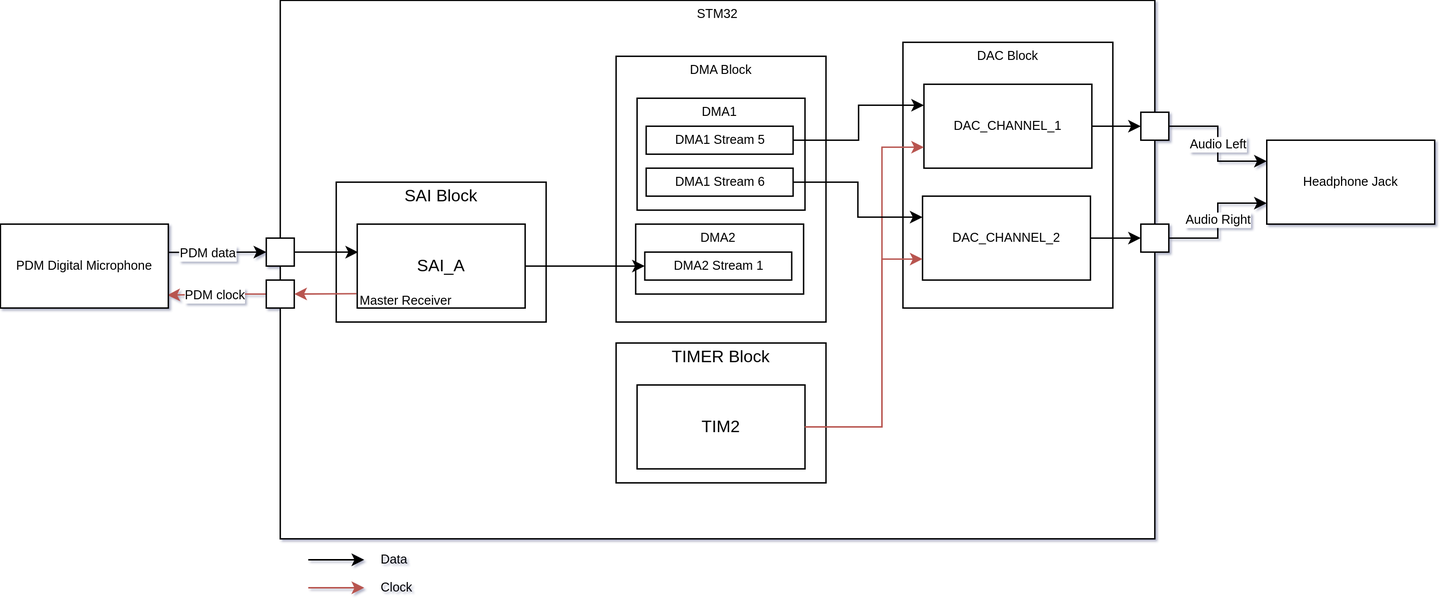
The draw.io diagram 00_Documentation/imgs/03_Embedding/direct_output/block_diagram.svg in piwithy/stm32pdm, before a commit. Source tidied: cells renumbered, new cells last; positions are measured from the earlier drawing's top-left corner, leaving out a move shared by most shapes.
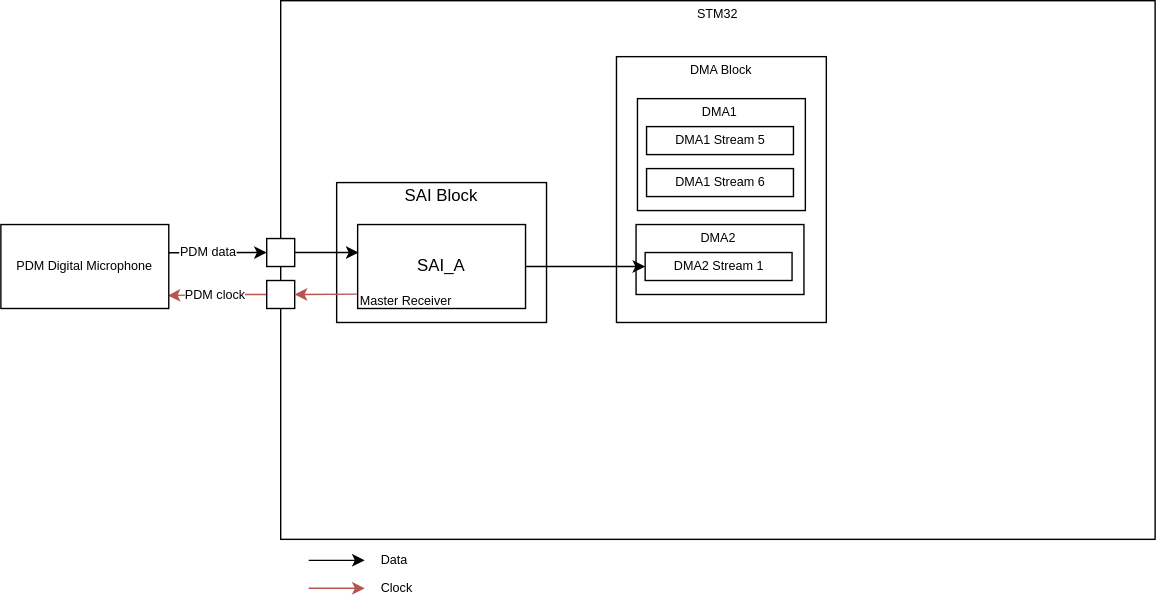
After the change.

What changed in the source:
```diff
@@ -20,33 +20,6 @@
     <mxCell id="7" value="Master Receiver" style="text;html=1;strokeColor=none;fillColor=none;align=left;verticalAlign=middle;whiteSpace=wrap;rounded=0;fontSize=9;" parent="3" vertex="1">
       <mxGeometry x="15" y="80" width="75" height="10" as="geometry" />
     </mxCell>
-    <mxCell id="8" style="group;" parent="1" vertex="1">
-      <mxGeometry x="645" y="30" width="150" height="190" as="geometry" />
-    </mxCell>
-    <mxCell id="9" style="rounded=0;whiteSpace=wrap;html=1;fontSize=9;align=left;" parent="8" vertex="1">
-      <mxGeometry width="150" height="190" as="geometry" />
-    </mxCell>
-    <mxCell id="10" value="DAC_CHANNEL_1" style="rounded=0;whiteSpace=wrap;html=1;fontSize=9;align=center;" parent="8" vertex="1">
-      <mxGeometry x="15" y="30" width="120" height="60" as="geometry" />
-    </mxCell>
-    <mxCell id="11" value="DAC Block" style="text;html=1;strokeColor=none;fillColor=none;align=center;verticalAlign=middle;whiteSpace=wrap;rounded=0;fontSize=9;" parent="8" vertex="1">
-      <mxGeometry width="150" height="20" as="geometry" />
-    </mxCell>
-    <mxCell id="12" value="DAC_CHANNEL_2" style="rounded=0;whiteSpace=wrap;html=1;fontSize=9;align=center;" parent="8" vertex="1">
-      <mxGeometry x="14" y="110" width="120" height="60" as="geometry" />
-    </mxCell>
-    <mxCell id="13" style="group;" parent="1" vertex="1">
-      <mxGeometry x="440" y="245" width="150" height="100" as="geometry" />
-    </mxCell>
-    <mxCell id="14" style="rounded=0;whiteSpace=wrap;html=1;" parent="13" vertex="1">
-      <mxGeometry width="150" height="100" as="geometry" />
-    </mxCell>
-    <mxCell id="15" value="TIMER Block" style="text;html=1;strokeColor=none;fillColor=none;align=center;verticalAlign=middle;whiteSpace=wrap;rounded=0;" parent="13" vertex="1">
-      <mxGeometry width="150" height="20" as="geometry" />
-    </mxCell>
-    <mxCell id="16" value="TIM2" style="rounded=0;whiteSpace=wrap;html=1;" parent="13" vertex="1">
-      <mxGeometry x="15" y="30" width="120" height="60" as="geometry" />
-    </mxCell>
     <mxCell id="17" style="group;align=center;" parent="1" vertex="1">
       <mxGeometry x="440" y="40" width="150" height="200" as="geometry" />
     </mxCell>
@@ -107,52 +80,9 @@
     <mxCell id="36" style="edgeStyle=orthogonalEdgeStyle;rounded=0;jettySize=auto;html=1;exitX=1;exitY=0.5;exitDx=0;exitDy=0;entryX=0;entryY=0.5;entryDx=0;entryDy=0;fontSize=9;" parent="1" edge="1" source="6" target="26">
       <mxGeometry relative="1" as="geometry" />
     </mxCell>
-    <mxCell id="37" style="edgeStyle=orthogonalEdgeStyle;rounded=0;jettySize=auto;html=1;exitX=1;exitY=0.5;exitDx=0;exitDy=0;entryX=0;entryY=0.75;entryDx=0;entryDy=0;fontSize=9;fillColor=#f8cecc;strokeColor=#b85450;" parent="1" edge="1" source="16" target="10">
-      <mxGeometry relative="1" as="geometry">
-        <Array as="points">
-          <mxPoint x="630" y="305" />
-          <mxPoint x="630" y="105" />
-        </Array>
-      </mxGeometry>
-    </mxCell>
-    <mxCell id="38" style="edgeStyle=orthogonalEdgeStyle;rounded=0;jettySize=auto;html=1;exitX=1;exitY=0.5;exitDx=0;exitDy=0;entryX=0;entryY=0.75;entryDx=0;entryDy=0;fontSize=9;fillColor=#f8cecc;strokeColor=#b85450;" parent="1" edge="1" source="16" target="12">
-      <mxGeometry relative="1" as="geometry">
-        <Array as="points">
-          <mxPoint x="630" y="305" />
-          <mxPoint x="630" y="185" />
-        </Array>
-      </mxGeometry>
-    </mxCell>
-    <mxCell id="39" value="Audio Left" style="edgeStyle=orthogonalEdgeStyle;rounded=0;jettySize=auto;html=1;exitX=1;exitY=0.5;exitDx=0;exitDy=0;entryX=0;entryY=0.25;entryDx=0;entryDy=0;fontSize=9;" parent="1" edge="1" source="40" target="46">
-      <mxGeometry relative="1" as="geometry" />
-    </mxCell>
-    <mxCell id="40" style="rounded=0;whiteSpace=wrap;html=1;fontSize=9;align=center;" parent="1" vertex="1">
-      <mxGeometry x="815" y="80" width="20" height="20" as="geometry" />
-    </mxCell>
-    <mxCell id="41" value="Audio Right" style="edgeStyle=orthogonalEdgeStyle;rounded=0;jettySize=auto;html=1;exitX=1;exitY=0.5;exitDx=0;exitDy=0;entryX=0;entryY=0.75;entryDx=0;entryDy=0;fontSize=9;" parent="1" edge="1" source="42" target="46">
-      <mxGeometry relative="1" as="geometry" />
-    </mxCell>
-    <mxCell id="42" style="rounded=0;whiteSpace=wrap;html=1;fontSize=9;align=center;" parent="1" vertex="1">
-      <mxGeometry x="815" y="160" width="20" height="20" as="geometry" />
-    </mxCell>
-    <mxCell id="43" style="edgeStyle=orthogonalEdgeStyle;rounded=0;jettySize=auto;html=1;exitX=1;exitY=0.5;exitDx=0;exitDy=0;entryX=0;entryY=0.5;entryDx=0;entryDy=0;fontSize=9;" parent="1" edge="1" source="12" target="42">
-      <mxGeometry relative="1" as="geometry" />
-    </mxCell>
-    <mxCell id="44" style="edgeStyle=orthogonalEdgeStyle;rounded=0;jettySize=auto;html=1;exitX=1;exitY=0.5;exitDx=0;exitDy=0;entryX=0;entryY=0.5;entryDx=0;entryDy=0;fontSize=9;" parent="1" edge="1" source="10" target="40">
-      <mxGeometry relative="1" as="geometry" />
-    </mxCell>
     <mxCell id="45" value="STM32" style="text;html=1;strokeColor=none;fillColor=none;align=center;verticalAlign=middle;whiteSpace=wrap;rounded=0;fontSize=9;" parent="1" vertex="1">
       <mxGeometry x="200" width="625" height="20" as="geometry" />
     </mxCell>
-    <mxCell id="46" value="Headphone Jack" style="rounded=0;whiteSpace=wrap;html=1;fontSize=9;align=center;" parent="1" vertex="1">
-      <mxGeometry x="905" y="100" width="120" height="60" as="geometry" />
-    </mxCell>
-    <mxCell id="47" style="edgeStyle=orthogonalEdgeStyle;rounded=0;jettySize=auto;html=1;exitX=1;exitY=0.5;exitDx=0;exitDy=0;fontSize=9;entryX=0;entryY=0.25;entryDx=0;entryDy=0;" parent="1" edge="1" source="22" target="10">
-      <mxGeometry relative="1" as="geometry" />
-    </mxCell>
-    <mxCell id="48" style="edgeStyle=orthogonalEdgeStyle;rounded=0;jettySize=auto;html=1;exitX=1;exitY=0.5;exitDx=0;exitDy=0;entryX=0;entryY=0.25;entryDx=0;entryDy=0;fontSize=9;" parent="1" edge="1" source="23" target="12">
-      <mxGeometry relative="1" as="geometry" />
-    </mxCell>
     <mxCell id="49" style="endArrow=classic;html=1;fontSize=9;" parent="1" edge="1">
       <mxGeometry relative="1" as="geometry">
         <mxPoint x="220" y="400" as="sourcePoint" />
```
